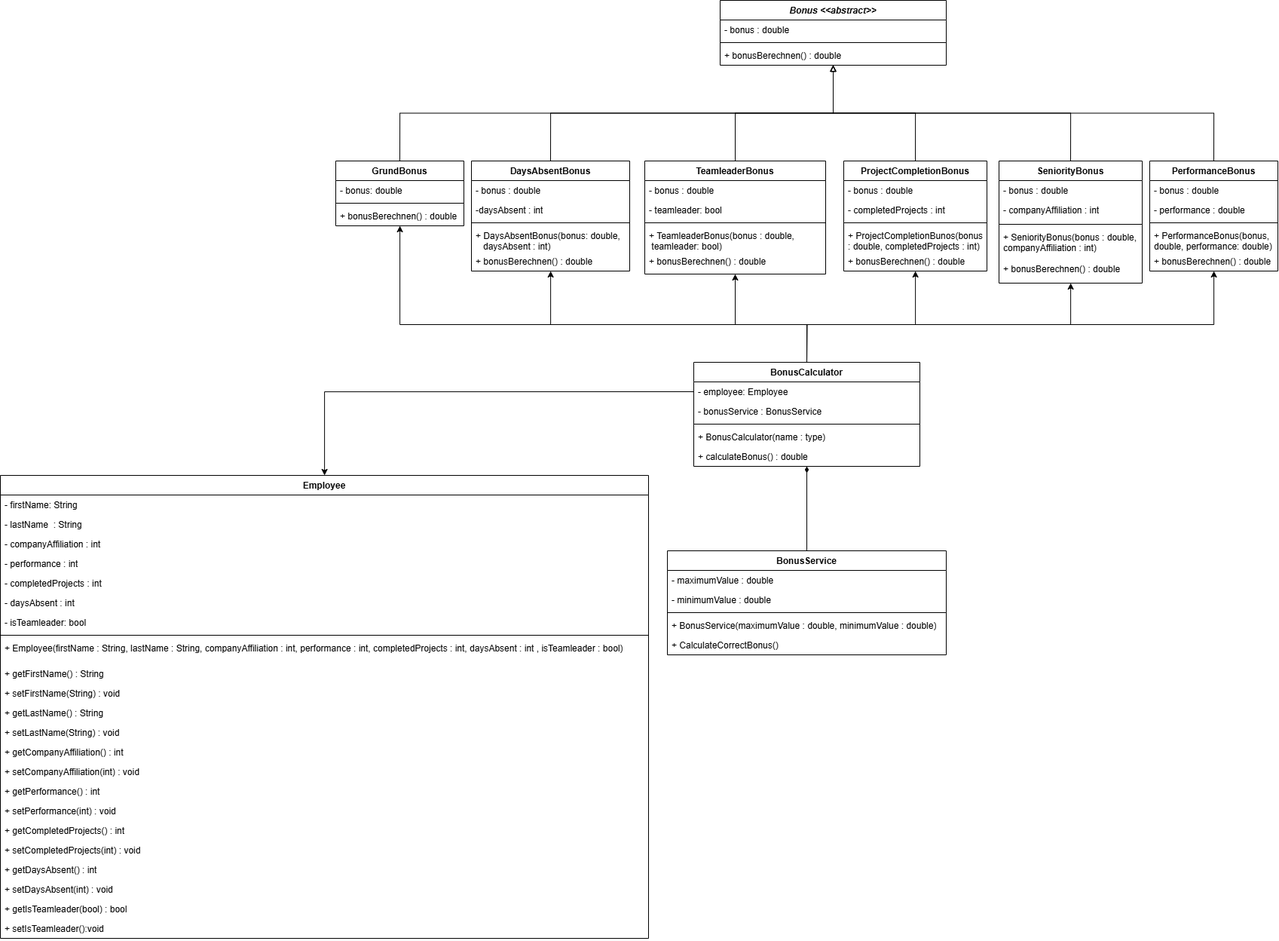
The draw.io diagram DecoratorKlassendiagramm.png in DennisKasch/decorator-pattern-projekt, before a commit. Source tidied: cells renumbered, new cells last; positions are measured from the earlier drawing's top-left corner, leaving out a move shared by most shapes.
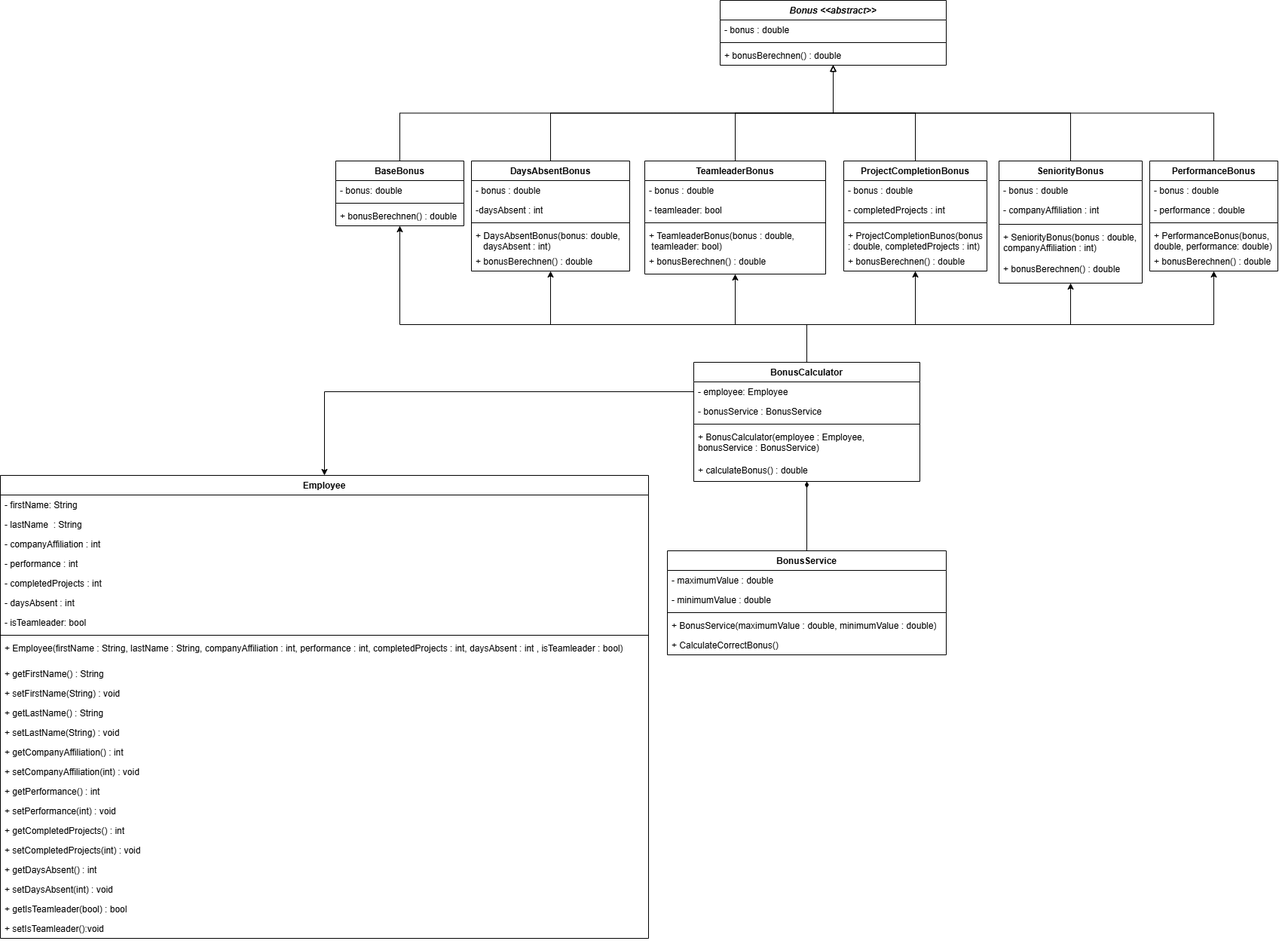
After the change.

Commit message:
update Class-Diagramm

The edit, as a diff of the source:
```diff
@@ -89,7 +89,7 @@
     <mxCell id="30" style="edgeStyle=orthogonalEdgeStyle;rounded=0;jettySize=auto;html=1;exitX=0.5;exitY=0;exitDx=0;exitDy=0;endArrow=block;endFill=0;" parent="1" edge="1" source="31" target="26">
       <mxGeometry relative="1" as="geometry" />
     </mxCell>
-    <mxCell id="31" value="GrundBonus" style="swimlane;fontStyle=1;align=center;verticalAlign=top;horizontal=1;startSize=26;whiteSpace=wrap;html=1;" parent="1" vertex="1">
+    <mxCell id="31" value="BaseBonus" style="swimlane;fontStyle=1;align=center;verticalAlign=top;horizontal=1;startSize=26;whiteSpace=wrap;html=1;" parent="1" vertex="1">
       <mxGeometry x="445" y="213" width="170" height="86" as="geometry" />
     </mxCell>
     <mxCell id="32" value="- bonus: double&amp;nbsp;" style="text;strokeColor=none;fillColor=none;align=left;verticalAlign=top;spacingLeft=4;spacingRight=4;overflow=hidden;whiteSpace=wrap;html=1;" parent="31" vertex="1">
@@ -270,7 +270,7 @@
       </mxGeometry>
     </mxCell>
     <mxCell id="81" value="BonusCalculator" style="swimlane;fontStyle=1;align=center;verticalAlign=top;horizontal=1;startSize=26;whiteSpace=wrap;html=1;" parent="1" vertex="1">
-      <mxGeometry x="920" y="480" width="300" height="138" as="geometry" />
+      <mxGeometry x="920" y="480" width="300" height="158" as="geometry" />
     </mxCell>
     <mxCell id="82" value="- employee: Employee&amp;nbsp;" style="text;strokeColor=none;fillColor=none;align=left;verticalAlign=top;spacingLeft=4;spacingRight=4;overflow=hidden;points=[[0,0.5],[1,0.5]];portConstraint=eastwest;whiteSpace=wrap;html=1;" parent="81" vertex="1">
       <mxGeometry y="26" width="300" height="26" as="geometry" />
@@ -281,11 +281,11 @@
     <mxCell id="84" style="line;strokeWidth=1;fillColor=none;align=left;verticalAlign=middle;spacingTop=-1;spacingLeft=3;spacingRight=3;labelPosition=right;strokeColor=inherit;" parent="81" vertex="1">
       <mxGeometry y="78" width="300" height="8" as="geometry" />
     </mxCell>
-    <mxCell id="85" value="+ BonusCalculator(name : type)" style="text;strokeColor=none;fillColor=none;align=left;verticalAlign=top;spacingLeft=4;spacingRight=4;overflow=hidden;whiteSpace=wrap;html=1;" parent="81" vertex="1">
-      <mxGeometry y="86" width="300" height="26" as="geometry" />
+    <mxCell id="85" value="+ BonusCalculator(employee : Employee, bonusService : BonusService)" style="text;strokeColor=none;fillColor=none;align=left;verticalAlign=top;spacingLeft=4;spacingRight=4;overflow=hidden;whiteSpace=wrap;html=1;" parent="81" vertex="1">
+      <mxGeometry y="86" width="300" height="44" as="geometry" />
     </mxCell>
     <mxCell id="86" value="+ calculateBonus() : double" style="text;strokeColor=none;fillColor=none;align=left;verticalAlign=top;spacingLeft=4;spacingRight=4;overflow=hidden;whiteSpace=wrap;html=1;" parent="81" vertex="1">
-      <mxGeometry y="112" width="300" height="26" as="geometry" />
+      <mxGeometry y="130" width="300" height="28" as="geometry" />
     </mxCell>
     <mxCell id="87" style="edgeStyle=orthogonalEdgeStyle;rounded=0;jettySize=auto;html=1;exitX=0.5;exitY=0;exitDx=0;exitDy=0;endArrow=block;endFill=0;" parent="1" edge="1" source="35" target="26">
       <mxGeometry relative="1" as="geometry" />
```
